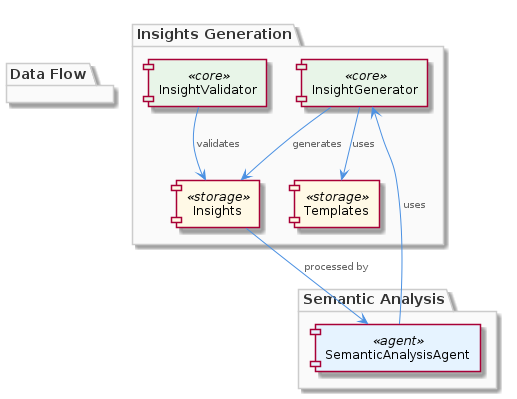
fwornle/coding keeps this PlantUML diagram as .data/knowledge-graph/insights/images/insights-architecture.png. Above is the earlier version. Its source is kept beside it as .data/knowledge-graph/insights/puml/insights-architecture.puml. Source of this version:
```plantuml
@startuml
!include /coding/docs/puml/_standard-style.puml

package "Insights Generation" {
  component "InsightGenerator" as ig <<core>>
  component "InsightValidator" as iv <<core>>
  component "Templates" as t <<storage>>
  component "Insights" as i <<storage>>
}

package "Semantic Analysis" {
  component "SemanticAnalysisAgent" as saa <<agent>>
}

package "Data Flow" {
  ig --> i : generates
  iv --> i : validates
  saa --> ig : uses
  ig --> t : uses
  i --> saa : processed by
}

@enduml
```
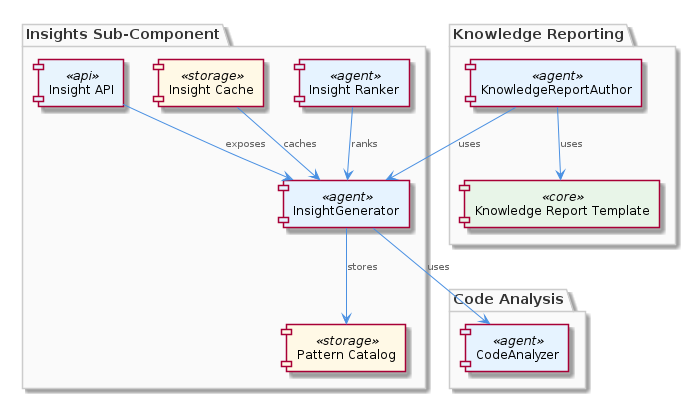
Above is the later version.

Change to the diagram source:
```diff
@@ -1,23 +1,29 @@
 @startuml
 !include /coding/docs/puml/_standard-style.puml
 
-package "Insights Generation" {
-  component "InsightGenerator" as ig <<core>>
-  component "InsightValidator" as iv <<core>>
-  component "Templates" as t <<storage>>
-  component "Insights" as i <<storage>>
+package "Insights Sub-Component" {
+  component "InsightGenerator" as ig <<agent>>
+  component "Pattern Catalog" as pc <<storage>>
+  component "Insight Ranker" as ir <<agent>>
+  component "Insight Cache" as ic <<storage>>
+  component "Insight API" as ia <<api>>
 }
 
-package "Semantic Analysis" {
-  component "SemanticAnalysisAgent" as saa <<agent>>
+package "Knowledge Reporting" {
+  component "KnowledgeReportAuthor" as kra <<agent>>
+  component "Knowledge Report Template" as krt <<core>>
 }
 
-package "Data Flow" {
-  ig --> i : generates
-  iv --> i : validates
-  saa --> ig : uses
-  ig --> t : uses
-  i --> saa : processed by
+package "Code Analysis" {
+  component "CodeAnalyzer" as ca <<agent>>
 }
 
+ig --> ca : uses
+ig --> pc : stores
+ir --> ig : ranks
+ic --> ig : caches
+ia --> ig : exposes
+kra --> ig : uses
+kra --> krt : uses
+
 @enduml
```
